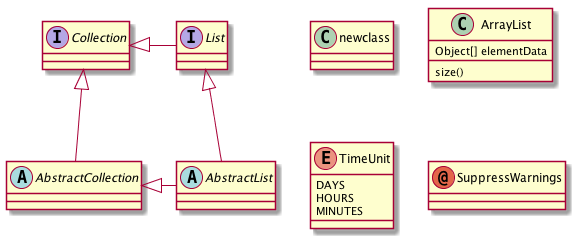
Before: out.png, a diagram exported from PlantUML (kngkeeper/322UML).
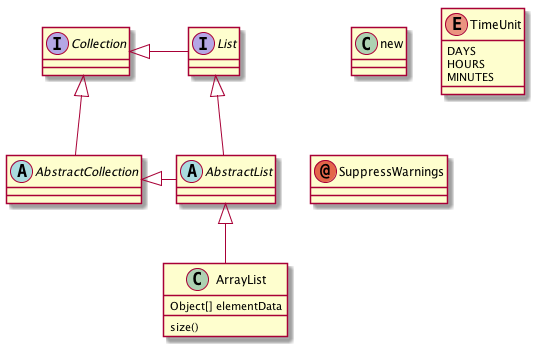
The same diagram one commit later.

The edit, as a diff of the source:
```diff
@@ -1,5 +1,5 @@
 @startuml
-class newclass
+class new
 
 abstract class AbstractList
 abstract AbstractCollection
@@ -11,6 +11,7 @@
 
 Collection <|- List
 AbstractCollection <|- AbstractList
+AbstractList <|-- ArrayList
 
 class ArrayList {
   Object[] elementData
```
